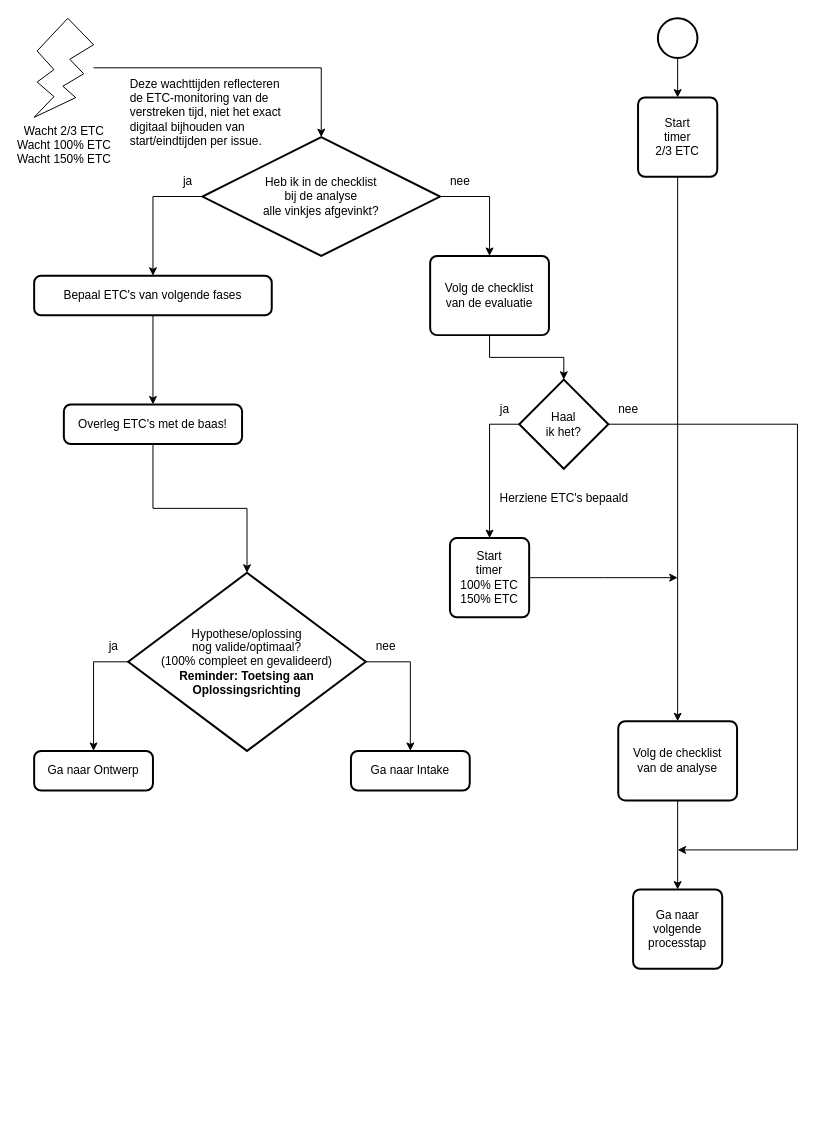
This is 2 Issue Tracker analyse.drawio from Zaibatsu89/IssueTracker, a draw.io file, before an edit. Source tidied: cells renumbered, new cells numbered last; positions are measured from the earlier drawing's top-left corner, leaving out a move shared by most shapes. Both pictures are drawn from the tidied source at 99%, with x=0, y=0 at pixel (34, 18).
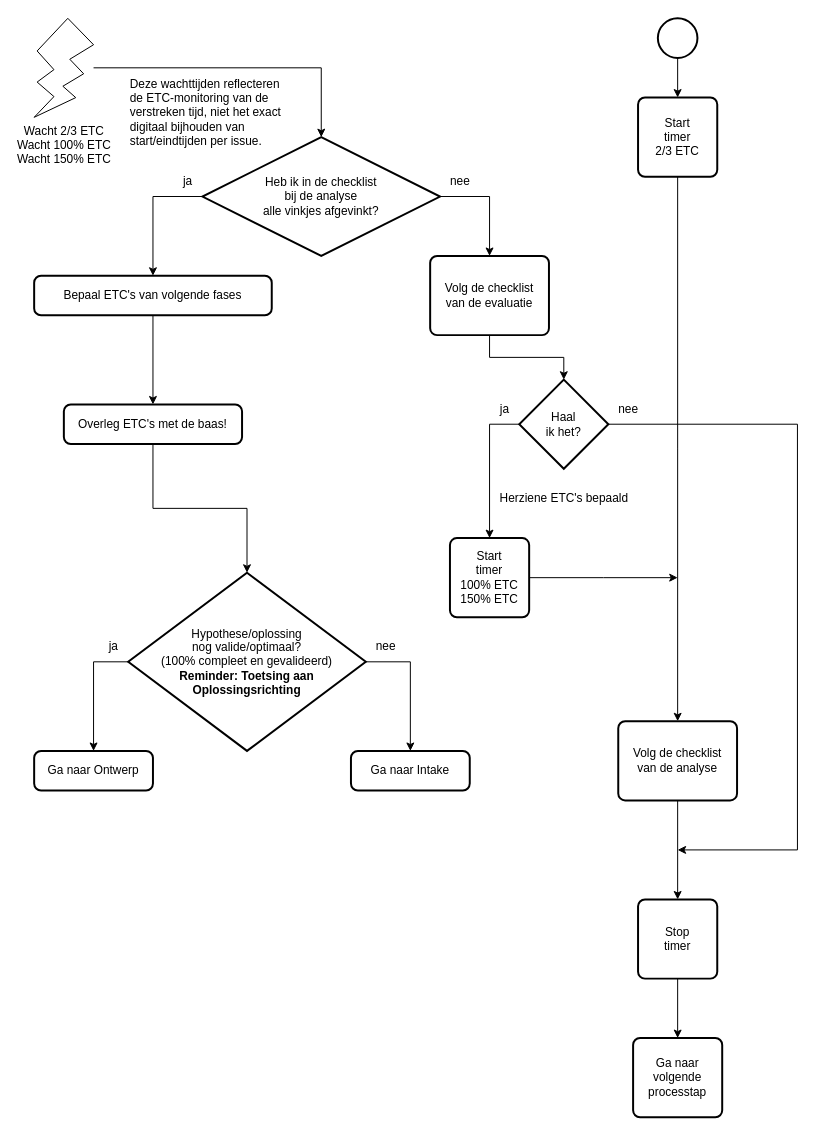
Above is the later version.

Commit message (it also covers changes not shown here):
Moet er een stop in? Of kan het automatisch? in flowcharts

Unchanged cells that the change refers to:
```xml
<mxCell id="25" value="Volg de checklist&lt;br&gt;van de analyse" style="rounded=1;whiteSpace=wrap;html=1;absoluteArcSize=1;arcSize=14;strokeWidth=2;" parent="1" vertex="1">
  <mxGeometry x="590" y="710" width="120" height="80" as="geometry" />
</mxCell>
```

What changed in the source:
```diff
@@
+    <mxCell id="38" style="edgeStyle=orthogonalEdgeStyle;rounded=0;jettySize=auto;html=1;entryX=0.5;entryY=0;entryDx=0;entryDy=0;" parent="1" edge="1" source="25" target="40">
+      <mxGeometry relative="1" as="geometry" />
+    </mxCell>
@@
-    <mxCell id="26" style="edgeStyle=orthogonalEdgeStyle;rounded=0;jettySize=auto;html=1;exitX=0.5;exitY=1;exitDx=0;exitDy=0;entryX=0.5;entryY=0;entryDx=0;entryDy=0;" parent="1" edge="1" source="25" target="27">
-      <mxGeometry relative="1" as="geometry" />
-    </mxCell>
     <mxCell id="27" value="Ga naar&lt;br&gt;volgende&lt;br&gt;processtap" style="rounded=1;whiteSpace=wrap;html=1;absoluteArcSize=1;arcSize=14;strokeWidth=2;" parent="1" vertex="1">
-      <mxGeometry x="605" y="880" width="90" height="80" as="geometry" />
+      <mxGeometry x="605" y="1030" width="90" height="80" as="geometry" />
     </mxCell>
@@
+    <mxCell id="39" style="edgeStyle=orthogonalEdgeStyle;rounded=0;jettySize=auto;html=1;entryX=0.5;entryY=0;entryDx=0;entryDy=0;" parent="1" edge="1" source="40" target="27">
+      <mxGeometry relative="1" as="geometry" />
+    </mxCell>
+    <mxCell id="40" value="Stop&lt;br&gt;timer" style="rounded=1;whiteSpace=wrap;html=1;absoluteArcSize=1;arcSize=14;strokeWidth=2;" parent="1" vertex="1">
+      <mxGeometry x="610" y="890" width="80" height="80" as="geometry" />
+    </mxCell>
```
